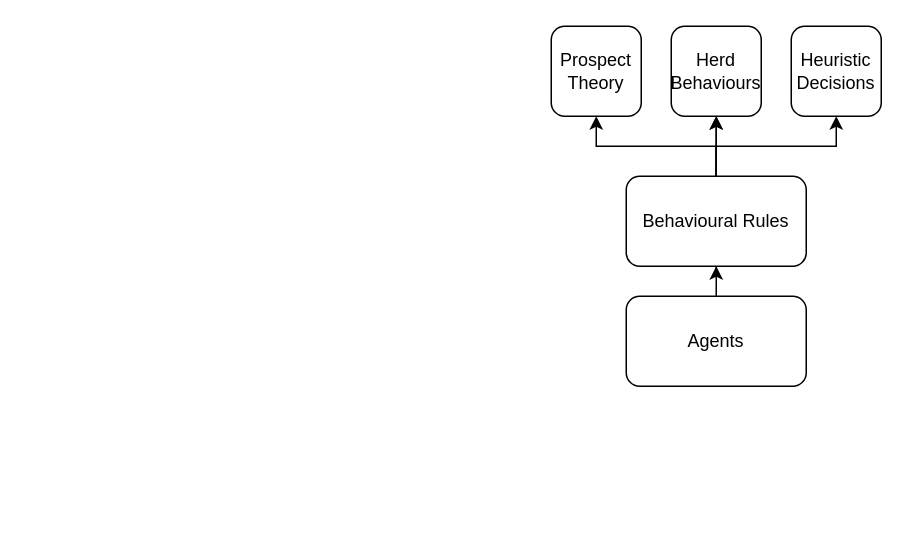
Earlier version of the draw.io diagram Untitled Diagram.drawio (JustSimpleLucas/agent-based-modelling-behavioural-fianance). Source tidied: cells renumbered, new cells numbered last; positions are measured from the earlier drawing's top-left corner, leaving out a move shared by most shapes. Both pictures are drawn from the tidied source at 150%, with x=0, y=0 at pixel (550, 26).
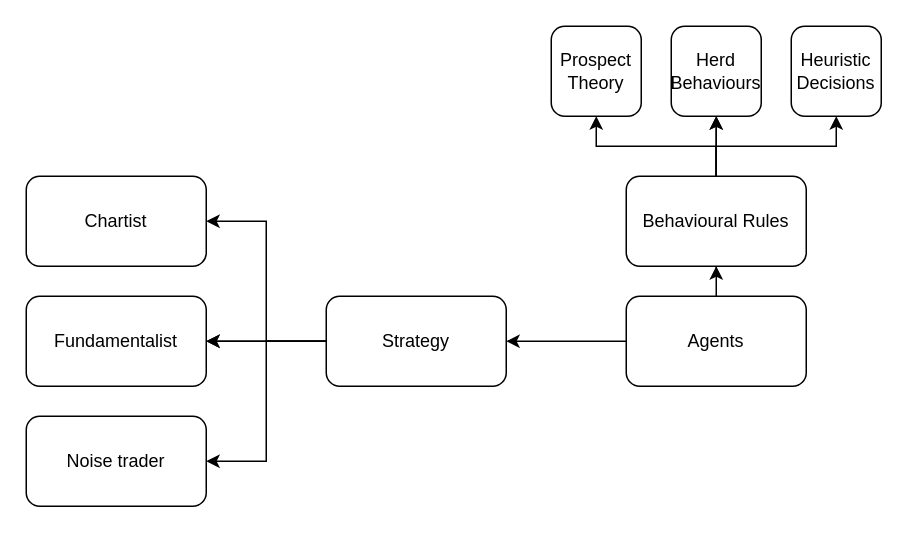
The same diagram, later.

The change refers to these unchanged cells:
```xml
<mxCell id="3" value="Agents" style="rounded=1;whiteSpace=wrap;html=1;" parent="1" vertex="1">
  <mxGeometry x="50" y="180" width="120" height="60" as="geometry" />
</mxCell>
```

What changed in the source:
```diff
@@
+    <mxCell id="12" style="edgeStyle=orthogonalEdgeStyle;rounded=0;jettySize=auto;html=1;" parent="1" edge="1" source="3" target="16">
+      <mxGeometry relative="1" as="geometry" />
+    </mxCell>
@@
+    <mxCell id="13" style="edgeStyle=orthogonalEdgeStyle;rounded=0;jettySize=auto;html=1;" parent="1" edge="1" source="16" target="17">
+      <mxGeometry relative="1" as="geometry" />
+    </mxCell>
+    <mxCell id="14" style="edgeStyle=orthogonalEdgeStyle;rounded=0;jettySize=auto;html=1;" parent="1" edge="1" source="16" target="17">
+      <mxGeometry relative="1" as="geometry" />
+    </mxCell>
+    <mxCell id="15" style="edgeStyle=orthogonalEdgeStyle;rounded=0;jettySize=auto;html=1;exitX=0;exitY=0.5;exitDx=0;exitDy=0;" parent="1" edge="1" source="16" target="18">
+      <mxGeometry relative="1" as="geometry">
+        <Array as="points">
+          <mxPoint x="-190" y="210" />
+          <mxPoint x="-190" y="130" />
+        </Array>
+      </mxGeometry>
+    </mxCell>
+    <mxCell id="16" value="Strategy" style="rounded=1;whiteSpace=wrap;html=1;" parent="1" vertex="1">
+      <mxGeometry x="-150" y="180" width="120" height="60" as="geometry" />
+    </mxCell>
+    <mxCell id="17" value="Fundamentalist" style="rounded=1;whiteSpace=wrap;html=1;" parent="1" vertex="1">
+      <mxGeometry x="-350" y="180" width="120" height="60" as="geometry" />
+    </mxCell>
+    <mxCell id="18" value="Chartist" style="whiteSpace=wrap;html=1;rounded=1;" parent="1" vertex="1">
+      <mxGeometry x="-350" y="100" width="120" height="60" as="geometry" />
+    </mxCell>
+    <mxCell id="19" value="Noise trader" style="whiteSpace=wrap;html=1;rounded=1;" parent="1" vertex="1">
+      <mxGeometry x="-350" y="260" width="120" height="60" as="geometry" />
+    </mxCell>
+    <mxCell id="20" style="edgeStyle=orthogonalEdgeStyle;rounded=0;jettySize=auto;html=1;exitX=0;exitY=0.5;exitDx=0;exitDy=0;entryX=1;entryY=0.5;entryDx=0;entryDy=0;" parent="1" edge="1" source="16" target="19">
+      <mxGeometry relative="1" as="geometry">
+        <Array as="points">
+          <mxPoint x="-190" y="210" />
+          <mxPoint x="-190" y="290" />
+        </Array>
+      </mxGeometry>
+    </mxCell>
```
